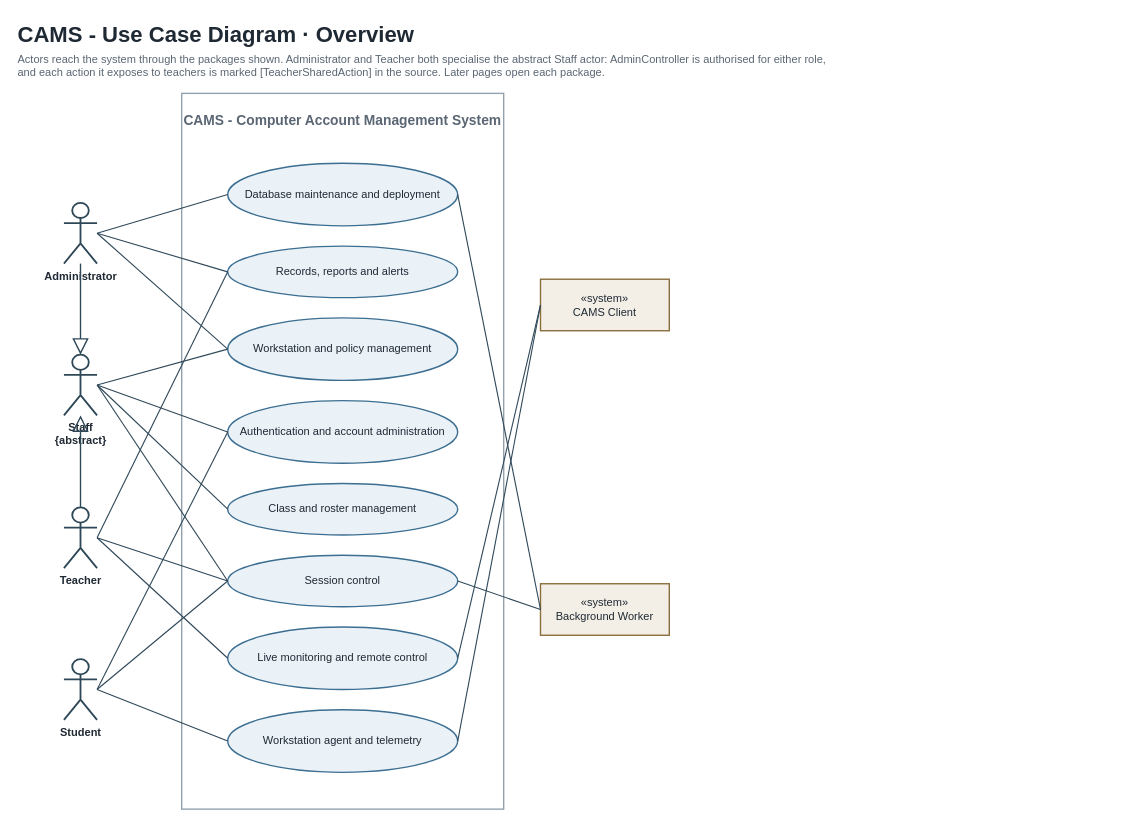
The draw.io diagram page "0 - Overview" (1 of 9) of DIAGRAMS/CAMS-Use-Case-Diagram.drawio in ACTstudent/RemoteAcessMonitoringSoftware4sale, before the edit. Source tidied: cells renumbered, new cells numbered last; positions are measured from the earlier drawing's top-left corner, leaving out a move shared by most shapes. Both pictures are drawn from the tidied source at 92%, with x=0, y=0 at pixel (16, 16).
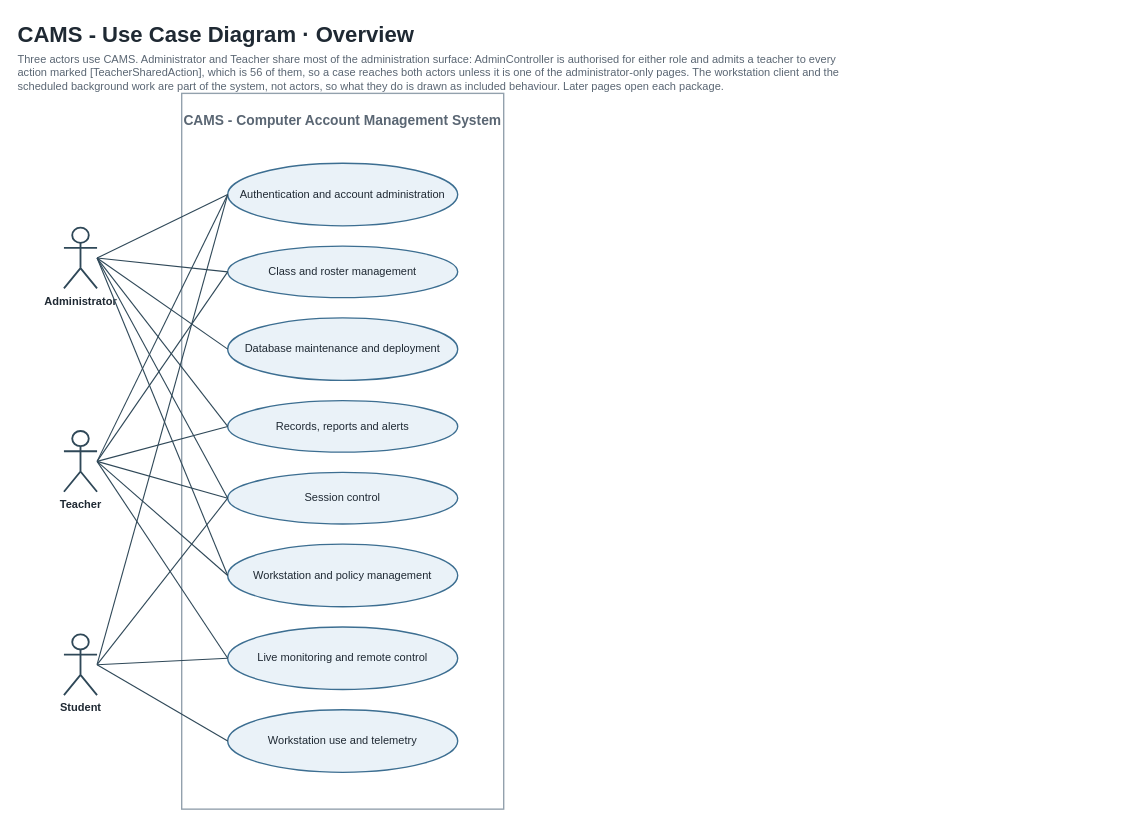
Above is the later version.

Commit message (it also covers changes not shown here):
Narrow the use case model to three actors

Unchanged cells that the change refers to:
```xml
<mxCell id="12" value="Live monitoring and remote control" style="ellipse;whiteSpace=wrap;html=1;fillColor=#EAF2F8;strokeColor=#3C6E91;strokeWidth=1.5;fontSize=12;fontColor=#1F2933;" parent="1" vertex="1">
  <mxGeometry x="230" y="664" width="250" height="68" as="geometry" />
</mxCell>
```

Diff of the diagram source:
```diff
@@
     <mxCell id="3" value="Administrator" style="shape=umlActor;verticalLabelPosition=bottom;verticalAlign=top;html=1;outlineConnect=0;strokeColor=#2F4858;strokeWidth=2;fontSize=12;fontStyle=1;fontColor=#1F2933;" parent="1" vertex="1">
-      <mxGeometry x="52" y="203" width="36" height="66" as="geometry" />
+      <mxGeometry x="52" y="230" width="36" height="66" as="geometry" />
     </mxCell>
-    <mxCell id="4" value="Staff&lt;br&gt;{abstract}" style="shape=umlActor;verticalLabelPosition=bottom;verticalAlign=top;html=1;outlineConnect=0;strokeColor=#2F4858;strokeWidth=2;fontSize=12;fontStyle=1;fontColor=#1F2933;" parent="1" vertex="1">
-      <mxGeometry x="52" y="368" width="36" height="66" as="geometry" />
-    </mxCell>
     <mxCell id="5" value="Teacher" style="shape=umlActor;verticalLabelPosition=bottom;verticalAlign=top;html=1;outlineConnect=0;strokeColor=#2F4858;strokeWidth=2;fontSize=12;fontStyle=1;fontColor=#1F2933;" parent="1" vertex="1">
-      <mxGeometry x="52" y="534" width="36" height="66" as="geometry" />
+      <mxGeometry x="52" y="451" width="36" height="66" as="geometry" />
     </mxCell>
     <mxCell id="6" value="Student" style="shape=umlActor;verticalLabelPosition=bottom;verticalAlign=top;html=1;outlineConnect=0;strokeColor=#2F4858;strokeWidth=2;fontSize=12;fontStyle=1;fontColor=#1F2933;" parent="1" vertex="1">
-      <mxGeometry x="52" y="699" width="36" height="66" as="geometry" />
+      <mxGeometry x="52" y="672" width="36" height="66" as="geometry" />
     </mxCell>
-    <mxCell id="7" value="«system»&lt;br&gt;CAMS Client" style="rounded=0;whiteSpace=wrap;html=1;fillColor=#F3EFE6;strokeColor=#8A6D3B;strokeWidth=1.5;fontSize=12;fontColor=#1F2933;" parent="1" vertex="1">
-      <mxGeometry x="570" y="286" width="140" height="56" as="geometry" />
-    </mxCell>
-    <mxCell id="8" value="«system»&lt;br&gt;Background Worker" style="rounded=0;whiteSpace=wrap;html=1;fillColor=#F3EFE6;strokeColor=#8A6D3B;strokeWidth=1.5;fontSize=12;fontColor=#1F2933;" parent="1" vertex="1">
-      <mxGeometry x="570" y="617" width="140" height="56" as="geometry" />
-    </mxCell>
     <mxCell id="9" value="Authentication and account administration" style="ellipse;whiteSpace=wrap;html=1;fillColor=#EAF2F8;strokeColor=#3C6E91;strokeWidth=1.5;fontSize=12;fontColor=#1F2933;" parent="1" vertex="1">
-      <mxGeometry x="230" y="418" width="250" height="68" as="geometry" />
+      <mxGeometry x="230" y="160" width="250" height="68" as="geometry" />
     </mxCell>
     <mxCell id="10" value="Class and roster management" style="ellipse;whiteSpace=wrap;html=1;fillColor=#EAF2F8;strokeColor=#3C6E91;strokeWidth=1.5;fontSize=12;fontColor=#1F2933;" parent="1" vertex="1">
-      <mxGeometry x="230" y="508" width="250" height="56" as="geometry" />
+      <mxGeometry x="230" y="250" width="250" height="56" as="geometry" />
     </mxCell>
     <mxCell id="11" value="Workstation and policy management" style="ellipse;whiteSpace=wrap;html=1;fillColor=#EAF2F8;strokeColor=#3C6E91;strokeWidth=1.5;fontSize=12;fontColor=#1F2933;" parent="1" vertex="1">
-      <mxGeometry x="230" y="328" width="250" height="68" as="geometry" />
+      <mxGeometry x="230" y="574" width="250" height="68" as="geometry" />
     </mxCell>
@@
     <mxCell id="13" value="Session control" style="ellipse;whiteSpace=wrap;html=1;fillColor=#EAF2F8;strokeColor=#3C6E91;strokeWidth=1.5;fontSize=12;fontColor=#1F2933;" parent="1" vertex="1">
-      <mxGeometry x="230" y="586" width="250" height="56" as="geometry" />
+      <mxGeometry x="230" y="496" width="250" height="56" as="geometry" />
     </mxCell>
     <mxCell id="14" value="Records, reports and alerts" style="ellipse;whiteSpace=wrap;html=1;fillColor=#EAF2F8;strokeColor=#3C6E91;strokeWidth=1.5;fontSize=12;fontColor=#1F2933;" parent="1" vertex="1">
-      <mxGeometry x="230" y="250" width="250" height="56" as="geometry" />
+      <mxGeometry x="230" y="418" width="250" height="56" as="geometry" />
     </mxCell>
     <mxCell id="15" value="Database maintenance and deployment" style="ellipse;whiteSpace=wrap;html=1;fillColor=#EAF2F8;strokeColor=#3C6E91;strokeWidth=1.5;fontSize=12;fontColor=#1F2933;" parent="1" vertex="1">
-      <mxGeometry x="230" y="160" width="250" height="68" as="geometry" />
+      <mxGeometry x="230" y="328" width="250" height="68" as="geometry" />
     </mxCell>
-    <mxCell id="16" value="Workstation agent and telemetry" style="ellipse;whiteSpace=wrap;html=1;fillColor=#EAF2F8;strokeColor=#3C6E91;strokeWidth=1.5;fontSize=12;fontColor=#1F2933;" parent="1" vertex="1">
+    <mxCell id="16" value="Workstation use and telemetry" style="ellipse;whiteSpace=wrap;html=1;fillColor=#EAF2F8;strokeColor=#3C6E91;strokeWidth=1.5;fontSize=12;fontColor=#1F2933;" parent="1" vertex="1">
       <mxGeometry x="230" y="754" width="250" height="68" as="geometry" />
     </mxCell>
-    <mxCell id="17" style="edgeStyle=none;rounded=0;html=1;exitX=1;exitY=0.5;entryX=0;entryY=0.5;exitDx=0;exitDy=0;entryDx=0;entryDy=0;startArrow=none;endArrow=none;strokeColor=#2F4858;strokeWidth=1.2;" parent="1" edge="1" source="4" target="9">
+    <mxCell id="17" style="edgeStyle=none;rounded=0;html=1;exitX=1;exitY=0.5;entryX=0;entryY=0.5;exitDx=0;exitDy=0;entryDx=0;entryDy=0;startArrow=none;endArrow=none;strokeColor=#2F4858;strokeWidth=1.2;" parent="1" edge="1" source="3" target="9">
       <mxGeometry relative="1" as="geometry" />
     </mxCell>
-    <mxCell id="18" style="edgeStyle=none;rounded=0;html=1;exitX=1;exitY=0.5;entryX=0;entryY=0.5;exitDx=0;exitDy=0;entryDx=0;entryDy=0;startArrow=none;endArrow=none;strokeColor=#2F4858;strokeWidth=1.2;" parent="1" edge="1" source="6" target="9">
+    <mxCell id="18" style="edgeStyle=none;rounded=0;html=1;exitX=1;exitY=0.5;entryX=0;entryY=0.5;exitDx=0;exitDy=0;entryDx=0;entryDy=0;startArrow=none;endArrow=none;strokeColor=#2F4858;strokeWidth=1.2;" parent="1" edge="1" source="5" target="9">
       <mxGeometry relative="1" as="geometry" />
     </mxCell>
-    <mxCell id="19" style="edgeStyle=none;rounded=0;html=1;exitX=1;exitY=0.5;entryX=0;entryY=0.5;exitDx=0;exitDy=0;entryDx=0;entryDy=0;startArrow=none;endArrow=none;strokeColor=#2F4858;strokeWidth=1.2;" parent="1" edge="1" source="4" target="10">
+    <mxCell id="19" style="edgeStyle=none;rounded=0;html=1;exitX=1;exitY=0.5;entryX=0;entryY=0.5;exitDx=0;exitDy=0;entryDx=0;entryDy=0;startArrow=none;endArrow=none;strokeColor=#2F4858;strokeWidth=1.2;" parent="1" edge="1" source="6" target="9">
       <mxGeometry relative="1" as="geometry" />
     </mxCell>
-    <mxCell id="20" style="edgeStyle=none;rounded=0;html=1;exitX=1;exitY=0.5;entryX=0;entryY=0.5;exitDx=0;exitDy=0;entryDx=0;entryDy=0;startArrow=none;endArrow=none;strokeColor=#2F4858;strokeWidth=1.2;" parent="1" edge="1" source="4" target="11">
+    <mxCell id="20" style="edgeStyle=none;rounded=0;html=1;exitX=1;exitY=0.5;entryX=0;entryY=0.5;exitDx=0;exitDy=0;entryDx=0;entryDy=0;startArrow=none;endArrow=none;strokeColor=#2F4858;strokeWidth=1.2;" parent="1" edge="1" source="3" target="10">
       <mxGeometry relative="1" as="geometry" />
     </mxCell>
-    <mxCell id="21" style="edgeStyle=none;rounded=0;html=1;exitX=1;exitY=0.5;entryX=0;entryY=0.5;exitDx=0;exitDy=0;entryDx=0;entryDy=0;startArrow=none;endArrow=none;strokeColor=#2F4858;strokeWidth=1.2;" parent="1" edge="1" source="3" target="11">
+    <mxCell id="21" style="edgeStyle=none;rounded=0;html=1;exitX=1;exitY=0.5;entryX=0;entryY=0.5;exitDx=0;exitDy=0;entryDx=0;entryDy=0;startArrow=none;endArrow=none;strokeColor=#2F4858;strokeWidth=1.2;" parent="1" edge="1" source="5" target="10">
       <mxGeometry relative="1" as="geometry" />
     </mxCell>
-    <mxCell id="22" style="edgeStyle=none;rounded=0;html=1;exitX=1;exitY=0.5;entryX=0;entryY=0.5;exitDx=0;exitDy=0;entryDx=0;entryDy=0;startArrow=none;endArrow=none;strokeColor=#2F4858;strokeWidth=1.2;" parent="1" edge="1" source="5" target="12">
+    <mxCell id="22" style="edgeStyle=none;rounded=0;html=1;exitX=1;exitY=0.5;entryX=0;entryY=0.5;exitDx=0;exitDy=0;entryDx=0;entryDy=0;startArrow=none;endArrow=none;strokeColor=#2F4858;strokeWidth=1.2;" parent="1" edge="1" source="3" target="11">
       <mxGeometry relative="1" as="geometry" />
     </mxCell>
-    <mxCell id="23" style="edgeStyle=none;rounded=0;html=1;exitX=0;exitY=0.5;entryX=1;entryY=0.5;exitDx=0;exitDy=0;entryDx=0;entryDy=0;startArrow=none;endArrow=none;strokeColor=#2F4858;strokeWidth=1.2;" parent="1" edge="1" source="7" target="12">
+    <mxCell id="23" style="edgeStyle=none;rounded=0;html=1;exitX=1;exitY=0.5;entryX=0;entryY=0.5;exitDx=0;exitDy=0;entryDx=0;entryDy=0;startArrow=none;endArrow=none;strokeColor=#2F4858;strokeWidth=1.2;" parent="1" edge="1" source="5" target="11">
       <mxGeometry relative="1" as="geometry" />
     </mxCell>
-    <mxCell id="24" style="edgeStyle=none;rounded=0;html=1;exitX=1;exitY=0.5;entryX=0;entryY=0.5;exitDx=0;exitDy=0;entryDx=0;entryDy=0;startArrow=none;endArrow=none;strokeColor=#2F4858;strokeWidth=1.2;" parent="1" edge="1" source="4" target="13">
+    <mxCell id="24" style="edgeStyle=none;rounded=0;html=1;exitX=1;exitY=0.5;entryX=0;entryY=0.5;exitDx=0;exitDy=0;entryDx=0;entryDy=0;startArrow=none;endArrow=none;strokeColor=#2F4858;strokeWidth=1.2;" parent="1" edge="1" source="5" target="12">
       <mxGeometry relative="1" as="geometry" />
     </mxCell>
-    <mxCell id="25" style="edgeStyle=none;rounded=0;html=1;exitX=1;exitY=0.5;entryX=0;entryY=0.5;exitDx=0;exitDy=0;entryDx=0;entryDy=0;startArrow=none;endArrow=none;strokeColor=#2F4858;strokeWidth=1.2;" parent="1" edge="1" source="5" target="13">
+    <mxCell id="25" style="edgeStyle=none;rounded=0;html=1;exitX=1;exitY=0.5;entryX=0;entryY=0.5;exitDx=0;exitDy=0;entryDx=0;entryDy=0;startArrow=none;endArrow=none;strokeColor=#2F4858;strokeWidth=1.2;" parent="1" edge="1" source="6" target="12">
       <mxGeometry relative="1" as="geometry" />
     </mxCell>
-    <mxCell id="26" style="edgeStyle=none;rounded=0;html=1;exitX=1;exitY=0.5;entryX=0;entryY=0.5;exitDx=0;exitDy=0;entryDx=0;entryDy=0;startArrow=none;endArrow=none;strokeColor=#2F4858;strokeWidth=1.2;" parent="1" edge="1" source="6" target="13">
+    <mxCell id="26" style="edgeStyle=none;rounded=0;html=1;exitX=1;exitY=0.5;entryX=0;entryY=0.5;exitDx=0;exitDy=0;entryDx=0;entryDy=0;startArrow=none;endArrow=none;strokeColor=#2F4858;strokeWidth=1.2;" parent="1" edge="1" source="3" target="13">
       <mxGeometry relative="1" as="geometry" />
     </mxCell>
-    <mxCell id="27" style="edgeStyle=none;rounded=0;html=1;exitX=0;exitY=0.5;entryX=1;entryY=0.5;exitDx=0;exitDy=0;entryDx=0;entryDy=0;startArrow=none;endArrow=none;strokeColor=#2F4858;strokeWidth=1.2;" parent="1" edge="1" source="8" target="13">
+    <mxCell id="27" style="edgeStyle=none;rounded=0;html=1;exitX=1;exitY=0.5;entryX=0;entryY=0.5;exitDx=0;exitDy=0;entryDx=0;entryDy=0;startArrow=none;endArrow=none;strokeColor=#2F4858;strokeWidth=1.2;" parent="1" edge="1" source="5" target="13">
       <mxGeometry relative="1" as="geometry" />
     </mxCell>
-    <mxCell id="28" style="edgeStyle=none;rounded=0;html=1;exitX=1;exitY=0.5;entryX=0;entryY=0.5;exitDx=0;exitDy=0;entryDx=0;entryDy=0;startArrow=none;endArrow=none;strokeColor=#2F4858;strokeWidth=1.2;" parent="1" edge="1" source="5" target="14">
+    <mxCell id="28" style="edgeStyle=none;rounded=0;html=1;exitX=1;exitY=0.5;entryX=0;entryY=0.5;exitDx=0;exitDy=0;entryDx=0;entryDy=0;startArrow=none;endArrow=none;strokeColor=#2F4858;strokeWidth=1.2;" parent="1" edge="1" source="6" target="13">
       <mxGeometry relative="1" as="geometry" />
     </mxCell>
@@
-    <mxCell id="30" style="edgeStyle=none;rounded=0;html=1;exitX=1;exitY=0.5;entryX=0;entryY=0.5;exitDx=0;exitDy=0;entryDx=0;entryDy=0;startArrow=none;endArrow=none;strokeColor=#2F4858;strokeWidth=1.2;" parent="1" edge="1" source="3" target="15">
+    <mxCell id="30" style="edgeStyle=none;rounded=0;html=1;exitX=1;exitY=0.5;entryX=0;entryY=0.5;exitDx=0;exitDy=0;entryDx=0;entryDy=0;startArrow=none;endArrow=none;strokeColor=#2F4858;strokeWidth=1.2;" parent="1" edge="1" source="5" target="14">
       <mxGeometry relative="1" as="geometry" />
     </mxCell>
-    <mxCell id="31" style="edgeStyle=none;rounded=0;html=1;exitX=0;exitY=0.5;entryX=1;entryY=0.5;exitDx=0;exitDy=0;entryDx=0;entryDy=0;startArrow=none;endArrow=none;strokeColor=#2F4858;strokeWidth=1.2;" parent="1" edge="1" source="8" target="15">
+    <mxCell id="31" style="edgeStyle=none;rounded=0;html=1;exitX=1;exitY=0.5;entryX=0;entryY=0.5;exitDx=0;exitDy=0;entryDx=0;entryDy=0;startArrow=none;endArrow=none;strokeColor=#2F4858;strokeWidth=1.2;" parent="1" edge="1" source="3" target="15">
       <mxGeometry relative="1" as="geometry" />
     </mxCell>
-    <mxCell id="32" style="edgeStyle=none;rounded=0;html=1;exitX=0;exitY=0.5;entryX=1;entryY=0.5;exitDx=0;exitDy=0;entryDx=0;entryDy=0;startArrow=none;endArrow=none;strokeColor=#2F4858;strokeWidth=1.2;" parent="1" edge="1" source="7" target="16">
+    <mxCell id="32" style="edgeStyle=none;rounded=0;html=1;exitX=1;exitY=0.5;entryX=0;entryY=0.5;exitDx=0;exitDy=0;entryDx=0;entryDy=0;startArrow=none;endArrow=none;strokeColor=#2F4858;strokeWidth=1.2;" parent="1" edge="1" source="6" target="16">
       <mxGeometry relative="1" as="geometry" />
     </mxCell>
-    <mxCell id="33" style="edgeStyle=none;rounded=0;html=1;exitX=1;exitY=0.5;entryX=0;entryY=0.5;exitDx=0;exitDy=0;entryDx=0;entryDy=0;startArrow=none;endArrow=none;strokeColor=#2F4858;strokeWidth=1.2;" parent="1" edge="1" source="6" target="16">
-      <mxGeometry relative="1" as="geometry" />
-    </mxCell>
-    <mxCell id="34" style="edgeStyle=orthogonalEdgeStyle;rounded=0;html=1;exitX=0.5;exitY=1;entryX=0.5;entryY=0;exitDx=0;exitDy=0;entryDx=0;entryDy=0;startArrow=none;endArrow=block;endFill=0;endSize=14;strokeColor=#2F4858;strokeWidth=1.5;" parent="1" edge="1" source="3" target="4">
-      <mxGeometry relative="1" as="geometry" />
-    </mxCell>
-    <mxCell id="35" style="edgeStyle=orthogonalEdgeStyle;rounded=0;html=1;exitX=0.5;exitY=0;entryX=0.5;entryY=1;exitDx=0;exitDy=0;entryDx=0;entryDy=0;startArrow=none;endArrow=block;endFill=0;endSize=14;strokeColor=#2F4858;strokeWidth=1.5;" parent="1" edge="1" source="5" target="4">
-      <mxGeometry relative="1" as="geometry" />
-    </mxCell>
@@
-    <mxCell id="37" value="Actors reach the system through the packages shown. Administrator and Teacher both specialise the abstract Staff actor: AdminController is authorised for either role, and each action it exposes to teachers is marked [TeacherSharedAction] in the source. Later pages open each package." style="text;html=1;align=left;verticalAlign=top;whiteSpace=wrap;fontSize=12;fontColor=#5A6673;" parent="1" vertex="1">
+    <mxCell id="37" value="Three actors use CAMS. Administrator and Teacher share most of the administration surface: AdminController is authorised for either role and admits a teacher to every action marked [TeacherSharedAction], which is 56 of them, so a case reaches both actors unless it is one of the administrator-only pages. The workstation client and the scheduled background work are part of the system, not actors, so what they do is drawn as included behaviour. Later pages open each package." style="text;html=1;align=left;verticalAlign=top;whiteSpace=wrap;fontSize=12;fontColor=#5A6673;" parent="1" vertex="1">
       <mxGeometry y="34" width="900" height="42" as="geometry" />
     </mxCell>
```
